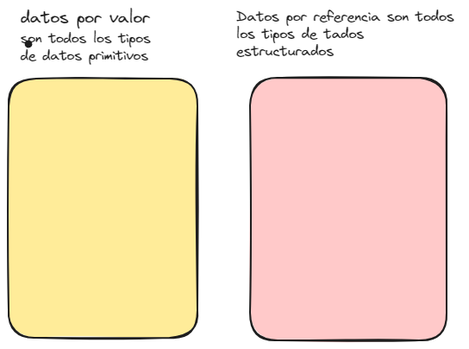
The Excalidraw diagram tipos de datos_estructurados/.Excalidraw.png in RocioLobo/curso_python, before a commit. Source tidied: one line per element, renumbered; positions are measured from the earlier drawing's top-left corner, leaving out a move shared by most shapes.
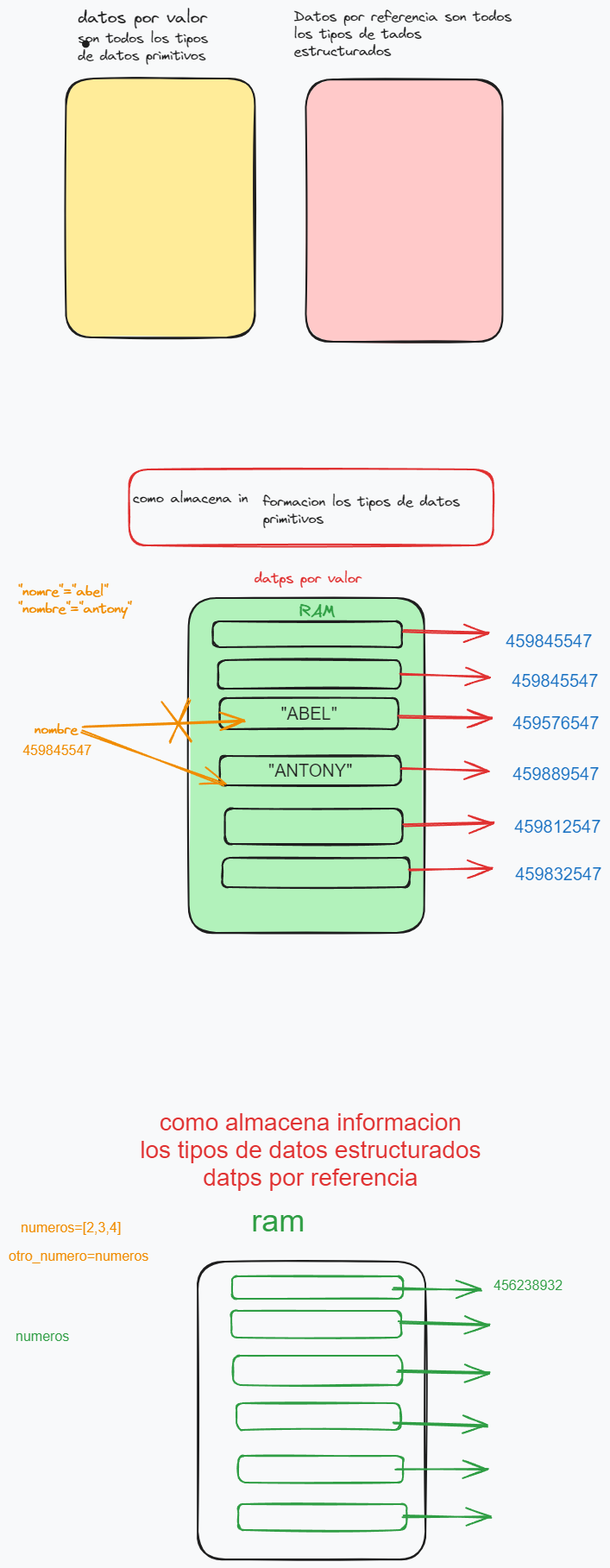
Above is the later version.

Diff of the diagram source:
```diff
@@ -3,4 +3,57 @@
 {"id": 2, "type": "text", "text": "son todos los tipos \nde datos primitivos", "strokeColor": "#1e1e1e", "strokeWidth": 2, "roughness": 1, "fontSize": 15.74, "fontFamily": 1, "x": 14, "y": 26, "width": 159, "height": 39}
 {"id": 3, "type": "text", "text": "Datos por referencia son todos \nlos tipos de tados \nestructurados", "strokeColor": "#1e1e1e", "strokeWidth": 2, "roughness": 1, "fontSize": 16.0, "fontFamily": 1, "x": 264, "y": 0, "width": 260, "height": 60}
 {"id": 4, "type": "text", "text": "datos por valor", "strokeColor": "#1e1e1e", "strokeWidth": 2, "roughness": 1, "fontSize": 19.1, "fontFamily": 1, "x": 14, "y": 0, "width": 149, "height": 24}
-{"id": 5, "type": "rectangle", "strokeColor": "#1e1e1e", "backgroundColor": "#ffc9c9", "fillStyle": "solid", "strokeWidth": 2, "roughness": 1, "round": true, "x": 280, "y": 80, "width": 228, "height": 304}
+{"id": 5, "type": "rectangle", "strokeColor": "#1e1e1e", "backgroundColor": "#ffc9c9", "fillStyle": "solid", "strokeWidth": 2, "roughness": 1, "round": true, "x": 278, "y": 82, "width": 228, "height": 304}
+{"id": 6, "type": "text", "text": "como almacena in", "strokeColor": "#1e1e1e", "strokeWidth": 2, "roughness": 1, "fontSize": 16, "fontFamily": 1, "x": 77, "y": 558, "width": 133, "height": 20}
+{"id": 7, "type": "text", "text": "formacion los tipos de datos\nprimitivos", "strokeColor": "#1e1e1e", "strokeWidth": 2, "roughness": 1, "fontSize": 16, "fontFamily": 1, "x": 228, "y": 562, "width": 228, "height": 40}
+{"id": 8, "type": "rectangle", "strokeColor": "#e03131", "strokeWidth": 2, "roughness": 1, "round": true, "x": 73, "y": 534, "width": 422, "height": 88}
+{"id": 9, "type": "text", "text": "datps por valor", "strokeColor": "#e03131", "strokeWidth": 2, "roughness": 1, "fontSize": 16, "fontFamily": 1, "x": 218, "y": 651, "width": 124, "height": 20}
+{"id": 10, "type": "rectangle", "strokeColor": "#1e1e1e", "backgroundColor": "#b2f2bb", "fillStyle": "solid", "strokeWidth": 2, "roughness": 1, "round": true, "x": 142, "y": 683, "width": 273, "height": 388}
+{"id": 11, "type": "rectangle", "strokeColor": "#1e1e1e", "backgroundColor": "#b2f2bb", "fillStyle": "solid", "strokeWidth": 2, "roughness": 1, "round": true, "x": 170, "y": 710, "width": 219, "height": 30}
+{"id": 12, "type": "rectangle", "strokeColor": "#1e1e1e", "backgroundColor": "#b2f2bb", "fillStyle": "solid", "strokeWidth": 2, "roughness": 1, "round": true, "x": 176, "y": 755, "width": 212, "height": 33}
+{"id": 13, "type": "rectangle", "strokeColor": "#1e1e1e", "backgroundColor": "#b2f2bb", "fillStyle": "solid", "strokeWidth": 2, "roughness": 1, "round": true, "x": 178, "y": 799, "width": 207, "height": 36}
+{"id": 14, "type": "text", "text": "\"ABEL\"", "strokeColor": "#1e1e1e", "backgroundColor": "#b2f2bb", "fillStyle": "solid", "strokeWidth": 2, "roughness": 1, "fontSize": 20, "fontFamily": 2, "textAlign": "center", "verticalAlign": "middle", "inside": 13, "x": 249, "y": 806, "width": 65, "height": 23}
+{"id": 15, "type": "rectangle", "strokeColor": "#1e1e1e", "backgroundColor": "#b2f2bb", "fillStyle": "solid", "strokeWidth": 2, "roughness": 1, "round": true, "x": 178, "y": 866, "width": 210, "height": 34}
+{"id": 16, "type": "text", "text": "\"ANTONY\"", "strokeColor": "#1e1e1e", "backgroundColor": "#b2f2bb", "fillStyle": "solid", "strokeWidth": 2, "roughness": 1, "fontSize": 20, "fontFamily": 2, "textAlign": "center", "verticalAlign": "middle", "inside": 15, "x": 235, "y": 872, "width": 97, "height": 23}
+{"id": 17, "type": "rectangle", "strokeColor": "#1e1e1e", "backgroundColor": "#b2f2bb", "fillStyle": "solid", "strokeWidth": 2, "roughness": 1, "round": true, "x": 184, "y": 927, "width": 206, "height": 41}
+{"id": 18, "type": "rectangle", "strokeColor": "#1e1e1e", "backgroundColor": "#b2f2bb", "fillStyle": "solid", "strokeWidth": 2, "roughness": 1, "round": true, "x": 181, "y": 984, "width": 217, "height": 34}
+{"id": 19, "type": "text", "text": "\"nomre\"=\"abel\"\n\"nombre\"=\"antony\"", "strokeColor": "#f08c00", "backgroundColor": "#b2f2bb", "fillStyle": "solid", "strokeWidth": 2, "roughness": 1, "fontSize": 16, "fontFamily": 1, "x": -56, "y": 666, "width": 132, "height": 40}
+{"id": 20, "type": "text", "text": "nombre", "strokeColor": "#f08c00", "backgroundColor": "#b2f2bb", "fillStyle": "solid", "strokeWidth": 2, "roughness": 1, "fontSize": 16, "fontFamily": 1, "x": -37, "y": 826, "width": 50, "height": 20}
+{"id": 21, "type": "text", "text": "RAM", "strokeColor": "#2f9e44", "backgroundColor": "#b2f2bb", "fillStyle": "solid", "strokeWidth": 2, "roughness": 1, "fontSize": 20, "fontFamily": 1, "x": 270, "y": 686, "width": 42, "height": 25}
+{"id": 22, "type": "arrow", "strokeColor": "#e03131", "backgroundColor": "#b2f2bb", "fillStyle": "solid", "strokeWidth": 2, "roughness": 1, "endArrowhead": "arrow", "round": true, "from": 11, "x": 391, "y": 721, "width": 99, "height": 2, "points": [[0, 0], [99, 2]]}
+{"id": 23, "type": "arrow", "strokeColor": "#e03131", "backgroundColor": "#b2f2bb", "fillStyle": "solid", "strokeWidth": 2, "roughness": 1, "endArrowhead": "arrow", "round": true, "from": 12, "x": 389, "y": 772, "width": 101, "height": 2, "points": [[0, 0], [101, 2]]}
+{"id": 24, "type": "arrow", "strokeColor": "#e03131", "backgroundColor": "#b2f2bb", "fillStyle": "solid", "strokeWidth": 2, "roughness": 1, "endArrowhead": "arrow", "round": true, "from": 13, "x": 386, "y": 820, "width": 107, "height": 2, "points": [[0, 0], [107, 2]]}
+{"id": 25, "type": "arrow", "strokeColor": "#e03131", "backgroundColor": "#b2f2bb", "fillStyle": "solid", "strokeWidth": 2, "roughness": 1, "endArrowhead": "arrow", "round": true, "from": 15, "x": 389, "y": 881, "width": 100, "height": 2, "points": [[0, 0], [100, 2]]}
+{"id": 26, "type": "arrow", "strokeColor": "#e03131", "backgroundColor": "#b2f2bb", "fillStyle": "solid", "strokeWidth": 2, "roughness": 1, "endArrowhead": "arrow", "round": true, "from": 17, "x": 392, "y": 946, "width": 104, "height": 3, "points": [[0, 0], [104, -3]]}
+{"id": 27, "type": "arrow", "strokeColor": "#e03131", "backgroundColor": "#b2f2bb", "fillStyle": "solid", "strokeWidth": 2, "roughness": 1, "endArrowhead": "arrow", "round": true, "from": 18, "x": 399, "y": 999, "width": 95, "height": 3, "points": [[0, 0], [95, -3]]}
+{"id": 28, "type": "text", "text": "459576547", "strokeColor": "#1971c2", "backgroundColor": "#b2f2bb", "fillStyle": "solid", "strokeWidth": 2, "roughness": 1, "fontSize": 20, "fontFamily": 2, "x": 518, "y": 817, "width": 100, "height": 23}
+{"id": 29, "type": "text", "text": "459889547", "strokeColor": "#1971c2", "backgroundColor": "#b2f2bb", "fillStyle": "solid", "strokeWidth": 2, "roughness": 1, "fontSize": 20, "fontFamily": 2, "x": 518, "y": 876, "width": 100, "height": 23}
+{"id": 30, "type": "text", "text": "459812547", "strokeColor": "#1971c2", "backgroundColor": "#b2f2bb", "fillStyle": "solid", "strokeWidth": 2, "roughness": 1, "fontSize": 20, "fontFamily": 2, "x": 520, "y": 937, "width": 100, "height": 23}
+{"id": 31, "type": "text", "text": "459832547", "strokeColor": "#1971c2", "backgroundColor": "#b2f2bb", "fillStyle": "solid", "strokeWidth": 2, "roughness": 1, "fontSize": 20, "fontFamily": 2, "x": 521, "y": 992, "width": 100, "height": 23}
+{"id": 32, "type": "text", "text": "459845547", "strokeColor": "#1971c2", "backgroundColor": "#b2f2bb", "fillStyle": "solid", "strokeWidth": 2, "roughness": 1, "fontSize": 20, "fontFamily": 2, "x": 517, "y": 768, "width": 100, "height": 23}
+{"id": 33, "type": "text", "text": "459845547", "strokeColor": "#1971c2", "backgroundColor": "#b2f2bb", "fillStyle": "solid", "strokeWidth": 2, "roughness": 1, "fontSize": 20, "fontFamily": 2, "x": 510, "y": 722, "width": 100, "height": 23}
+{"id": 34, "type": "text", "text": "459845547", "strokeColor": "#f08c00", "backgroundColor": "#b2f2bb", "fillStyle": "solid", "strokeWidth": 2, "roughness": 1, "fontSize": 16, "fontFamily": 2, "x": -50, "y": 851, "width": 80, "height": 18}
+{"id": 35, "type": "arrow", "strokeColor": "#f08c00", "backgroundColor": "#b2f2bb", "fillStyle": "solid", "strokeWidth": 2, "roughness": 1, "endArrowhead": "arrow", "round": true, "from": 20, "x": 20, "y": 832, "width": 187, "height": 7, "points": [[0, 0], [187, -7]]}
+{"id": 36, "type": "arrow", "strokeColor": "#f08c00", "backgroundColor": "#b2f2bb", "fillStyle": "solid", "strokeWidth": 2, "roughness": 1, "endArrowhead": "arrow", "round": true, "from": 34, "to": 15, "x": 19, "y": 837, "width": 165, "height": 63, "points": [[0, 0], [165, 63]]}
+{"id": 37, "type": "line", "strokeColor": "#f08c00", "backgroundColor": "#b2f2bb", "fillStyle": "solid", "strokeWidth": 2, "roughness": 1, "round": true, "x": 143, "y": 800, "width": 23, "height": 50, "points": [[0, 0], [-23, 50]]}
+{"id": 38, "type": "line", "strokeColor": "#f08c00", "backgroundColor": "#b2f2bb", "fillStyle": "solid", "strokeWidth": 2, "roughness": 1, "round": true, "x": 111, "y": 804, "width": 34, "height": 46, "points": [[0, 0], [34, 46]]}
+{"id": 39, "type": "text", "text": "como almacena informacion\nlos tipos de datos estructurados\ndatps por referencia", "strokeColor": "#e03131", "backgroundColor": "#b2f2bb", "fillStyle": "solid", "strokeWidth": 2, "roughness": 1, "fontSize": 28, "fontFamily": 2, "textAlign": "center", "x": 86, "y": 1275, "width": 395, "height": 97}
+{"id": 40, "type": "rectangle", "strokeColor": "#1e1e1e", "strokeWidth": 2, "roughness": 1, "round": true, "x": 153, "y": 1452, "width": 264, "height": 345}
+{"id": 41, "type": "text", "text": "numeros=[2,3,4]", "strokeColor": "#f08c00", "strokeWidth": 2, "roughness": 1, "fontSize": 16, "fontFamily": 2, "textAlign": "center", "x": -52, "y": 1404, "width": 116, "height": 18}
+{"id": 42, "type": "text", "text": "otro_numero=numeros", "strokeColor": "#f08c00", "strokeWidth": 2, "roughness": 1, "fontSize": 16, "fontFamily": 2, "textAlign": "center", "x": -66, "y": 1437, "width": 162, "height": 18}
+{"id": 43, "type": "text", "text": "ram", "strokeColor": "#2f9e44", "strokeWidth": 2, "roughness": 1, "fontSize": 36, "fontFamily": 2, "textAlign": "center", "x": 215, "y": 1384, "width": 62, "height": 41}
+{"id": 44, "type": "rectangle", "strokeColor": "#2f9e44", "strokeWidth": 2, "roughness": 1, "round": true, "x": 193, "y": 1469, "width": 198, "height": 26}
+{"id": 45, "type": "rectangle", "strokeColor": "#2f9e44", "strokeWidth": 2, "roughness": 1, "round": true, "x": 192, "y": 1509, "width": 197, "height": 31}
+{"id": 46, "type": "rectangle", "strokeColor": "#2f9e44", "strokeWidth": 2, "roughness": 1, "round": true, "x": 194, "y": 1561, "width": 196, "height": 34}
+{"id": 47, "type": "rectangle", "strokeColor": "#2f9e44", "strokeWidth": 2, "roughness": 1, "round": true, "x": 198, "y": 1616, "width": 190, "height": 31}
+{"id": 48, "type": "rectangle", "strokeColor": "#2f9e44", "strokeWidth": 2, "roughness": 1, "round": true, "x": 200, "y": 1677, "width": 191, "height": 31}
+{"id": 49, "type": "rectangle", "strokeColor": "#2f9e44", "strokeWidth": 2, "roughness": 1, "round": true, "x": 200, "y": 1733, "width": 195, "height": 30}
+{"id": 50, "type": "arrow", "strokeColor": "#2f9e44", "strokeWidth": 2, "roughness": 1, "endArrowhead": "arrow", "round": true, "x": 386, "y": 1522, "width": 105, "height": 3, "points": [[0, 0], [105, 3]]}
+{"id": 51, "type": "arrow", "strokeColor": "#2f9e44", "strokeWidth": 2, "roughness": 1, "endArrowhead": "arrow", "round": true, "to": 57, "x": 380, "y": 1483, "width": 102, "height": 2, "points": [[0, 0], [102, 2]]}
+{"id": 52, "type": "arrow", "strokeColor": "#2f9e44", "strokeWidth": 2, "roughness": 1, "endArrowhead": "arrow", "round": true, "x": 385, "y": 1579, "width": 106, "height": 1, "points": [[0, 0], [106, 1]]}
+{"id": 53, "type": "arrow", "strokeColor": "#2f9e44", "strokeWidth": 2, "roughness": 1, "endArrowhead": "arrow", "round": true, "x": 380, "y": 1640, "width": 108, "height": 3, "points": [[0, 0], [108, 3]]}
+{"id": 54, "type": "arrow", "strokeColor": "#2f9e44", "strokeWidth": 2, "roughness": 1, "endArrowhead": "arrow", "round": true, "x": 383, "y": 1692, "width": 107, "height": 1, "points": [[0, 0], [107, 1]]}
+{"id": 55, "type": "arrow", "strokeColor": "#2f9e44", "strokeWidth": 2, "roughness": 1, "endArrowhead": "arrow", "round": true, "x": 391, "y": 1747, "width": 102, "height": 1, "points": [[0, 0], [102, 1]]}
+{"id": 56, "type": "text", "text": "numeros", "strokeColor": "#2f9e44", "strokeWidth": 2, "roughness": 1, "fontSize": 16, "fontFamily": 2, "textAlign": "center", "x": -58, "y": 1530, "width": 62, "height": 18}
+{"id": 57, "type": "text", "text": "4562389", "strokeColor": "#2f9e44", "strokeWidth": 2, "roughness": 1, "fontSize": 16, "fontFamily": 2, "textAlign": "center", "x": 496, "y": 1471, "width": 62, "height": 18}
+{"id": 58, "type": "text", "text": "32", "strokeColor": "#2f9e44", "strokeWidth": 2, "roughness": 1, "fontSize": 16, "fontFamily": 2, "textAlign": "center", "x": 558, "y": 1471, "width": 18, "height": 18}
```
